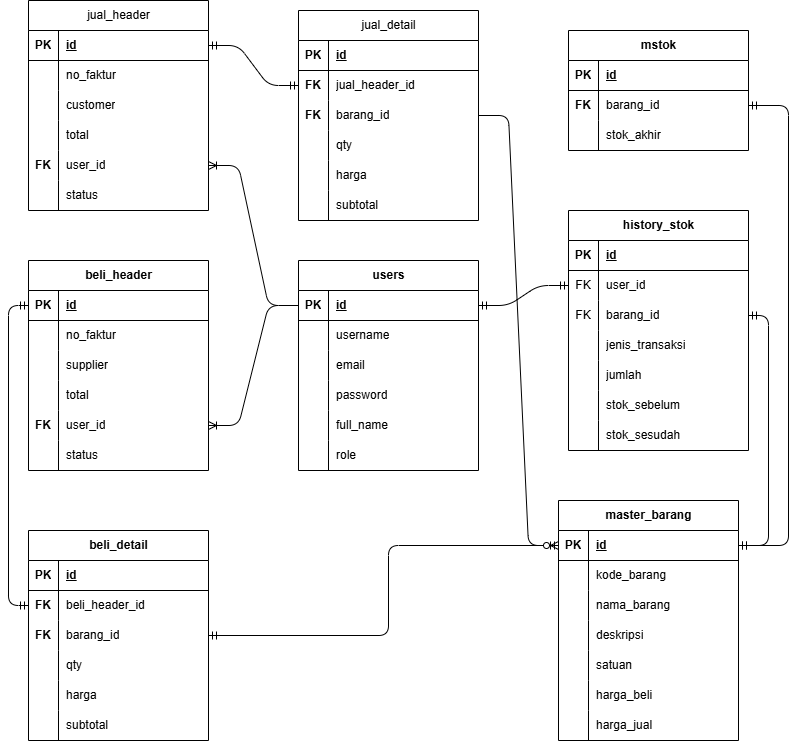
Above: schema.drawio.png in fathirachmann/warehouse-inventory-server (draw.io), before the change. Source tidied: cells renumbered, new cells last; positions are measured from the earlier drawing's top-left corner, leaving out a move shared by most shapes.
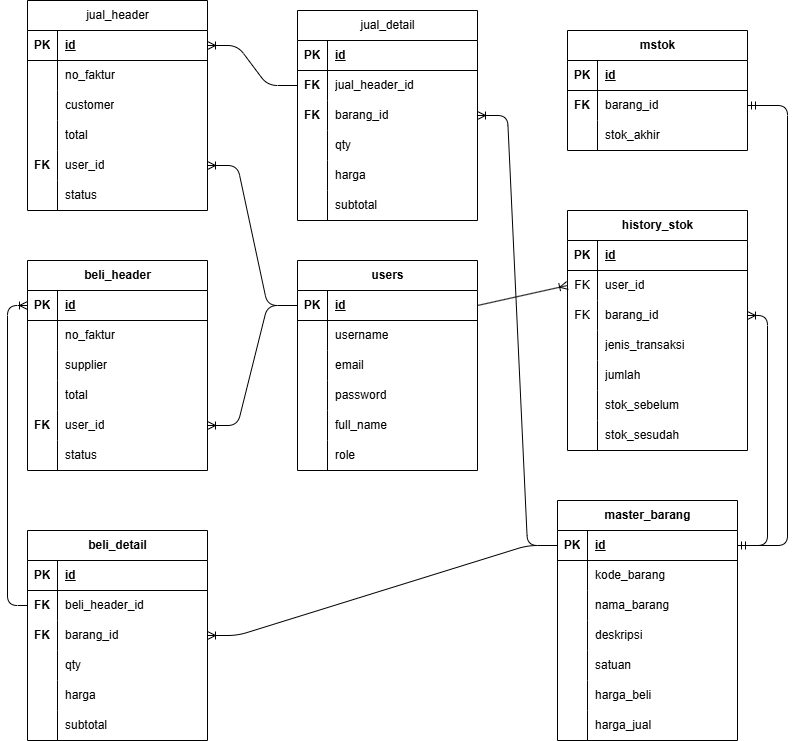
Later version of the same file.

Commit message:
feat: Added gorm model for history_stok and mstok, updated relational database schema

The edit, as a diff of the source:
```diff
@@ -462,35 +462,31 @@
     <mxCell id="153" style="edgeStyle=entityRelationEdgeStyle;fontSize=12;html=1;endArrow=ERoneToMany;exitX=0;exitY=0.5;exitDx=0;exitDy=0;entryX=1;entryY=0.5;entryDx=0;entryDy=0;" parent="1" edge="1" source="3" target="88">
       <mxGeometry relative="1" as="geometry" />
     </mxCell>
-    <mxCell id="154" style="edgeStyle=elbowEdgeStyle;fontSize=12;html=1;endArrow=ERmandOne;startArrow=ERmandOne;entryX=0;entryY=0.5;entryDx=0;entryDy=0;exitX=0;exitY=0.5;exitDx=0;exitDy=0;" parent="1" edge="1" source="76" target="98">
-      <mxGeometry relative="1" as="geometry">
-        <Array as="points">
-          <mxPoint y="430" />
-        </Array>
-      </mxGeometry>
-    </mxCell>
-    <mxCell id="155" style="edgeStyle=elbowEdgeStyle;fontSize=12;html=1;endArrow=ERmandOne;startArrow=ERmandOne;exitX=1;exitY=0.5;exitDx=0;exitDy=0;entryX=0;entryY=0.5;entryDx=0;entryDy=0;" parent="1" edge="1" source="101" target="22">
-      <mxGeometry relative="1" as="geometry">
-        <Array as="points">
-          <mxPoint x="380" y="570" />
-        </Array>
-      </mxGeometry>
-    </mxCell>
-    <mxCell id="156" style="edgeStyle=entityRelationEdgeStyle;fontSize=12;html=1;endArrow=ERmandOne;startArrow=ERmandOne;exitX=1;exitY=0.5;exitDx=0;exitDy=0;entryX=0;entryY=0.5;entryDx=0;entryDy=0;" parent="1" edge="1" source="114" target="136">
-      <mxGeometry relative="1" as="geometry" />
-    </mxCell>
-    <mxCell id="157" style="edgeStyle=entityRelationEdgeStyle;fontSize=12;html=1;endArrow=ERzeroToMany;endFill=1;exitX=1;exitY=0.5;exitDx=0;exitDy=0;entryX=0;entryY=0.5;entryDx=0;entryDy=0;" parent="1" edge="1" source="139" target="22">
-      <mxGeometry relative="1" as="geometry" />
-    </mxCell>
+    <mxCell id="159" style="edgeStyle=elbowEdgeStyle;fontSize=12;html=1;endArrow=ERoneToMany;exitX=1;exitY=0.5;exitDx=0;exitDy=0;entryX=1;entryY=0.5;entryDx=0;entryDy=0;" parent="1" edge="1" source="22" target="60">
+      <mxGeometry relative="1" as="geometry">
+        <Array as="points">
+          <mxPoint x="760" y="430" />
+        </Array>
+      </mxGeometry>
+    </mxCell>
-    <mxCell id="158" style="edgeStyle=entityRelationEdgeStyle;fontSize=12;html=1;endArrow=ERmandOne;startArrow=ERmandOne;exitX=1;exitY=0.5;exitDx=0;exitDy=0;" parent="1" edge="1" source="3" target="57">
+    <mxCell id="158" style="fontSize=12;html=1;endArrow=ERoneToMany;entryX=0;entryY=0.5;entryDx=0;entryDy=0;exitX=1;exitY=0.5;exitDx=0;exitDy=0;" parent="1" edge="1" source="3" target="57">
       <mxGeometry relative="1" as="geometry" />
     </mxCell>
-    <mxCell id="159" style="edgeStyle=elbowEdgeStyle;fontSize=12;html=1;endArrow=ERmandOne;startArrow=ERmandOne;exitX=1;exitY=0.5;exitDx=0;exitDy=0;entryX=1;entryY=0.5;entryDx=0;entryDy=0;" parent="1" edge="1" source="60" target="22">
-      <mxGeometry relative="1" as="geometry">
-        <Array as="points">
-          <mxPoint x="760" y="430" />
-        </Array>
-      </mxGeometry>
-    </mxCell>
+    <mxCell id="160" style="edgeStyle=entityRelationEdgeStyle;fontSize=12;html=1;endArrow=ERoneToMany;exitX=0;exitY=0.5;exitDx=0;exitDy=0;entryX=1;entryY=0.5;entryDx=0;entryDy=0;" parent="1" edge="1" source="22" target="139">
+      <mxGeometry relative="1" as="geometry" />
+    </mxCell>
+    <mxCell id="161" style="edgeStyle=entityRelationEdgeStyle;fontSize=12;html=1;endArrow=ERoneToMany;exitX=0;exitY=0.5;exitDx=0;exitDy=0;entryX=1;entryY=0.5;entryDx=0;entryDy=0;" parent="1" edge="1" source="22" target="101">
+      <mxGeometry relative="1" as="geometry" />
+    </mxCell>
+    <mxCell id="162" style="edgeStyle=entityRelationEdgeStyle;fontSize=12;html=1;endArrow=ERoneToMany;exitX=0;exitY=0.5;exitDx=0;exitDy=0;entryX=1;entryY=0.5;entryDx=0;entryDy=0;" parent="1" edge="1" source="136" target="114">
+      <mxGeometry relative="1" as="geometry" />
+    </mxCell>
+    <mxCell id="163" style="edgeStyle=elbowEdgeStyle;fontSize=12;html=1;endArrow=ERoneToMany;entryX=0;entryY=0.5;entryDx=0;entryDy=0;exitX=0;exitY=0.5;exitDx=0;exitDy=0;" parent="1" edge="1" source="98" target="76">
+      <mxGeometry relative="1" as="geometry">
+        <Array as="points">
+          <mxPoint y="450" />
+        </Array>
+      </mxGeometry>
+    </mxCell>
   </root>
 </mxGraphModel>
```
